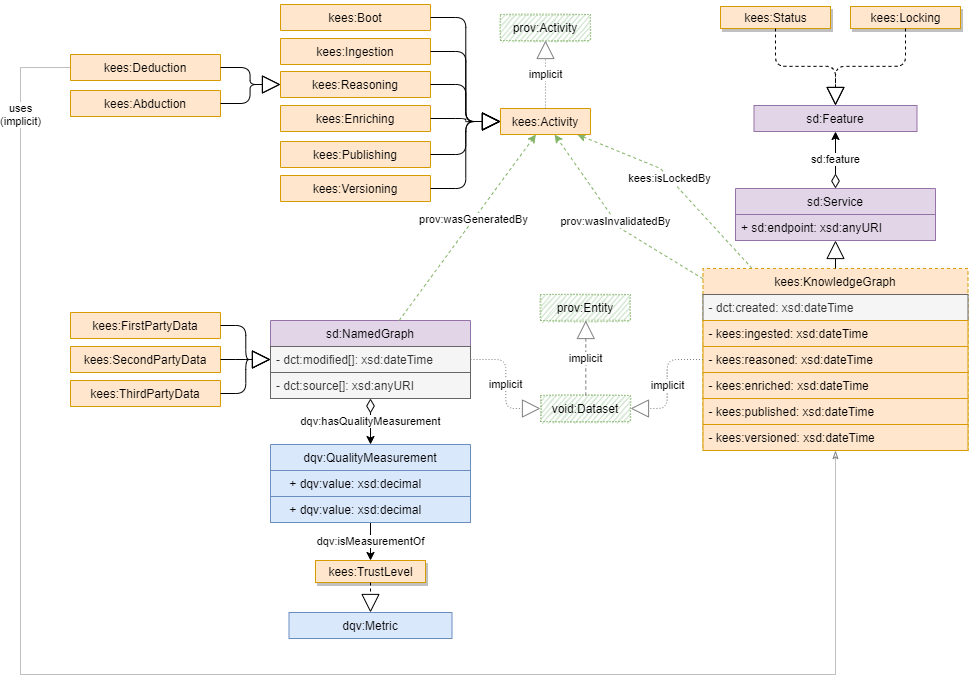
The draw.io diagram v1/images/uml.png in linkeddatacenter/kees, before a commit. Source tidied: cells renumbered, new cells last; positions are measured from the earlier drawing's top-left corner, leaving out a move shared by most shapes.
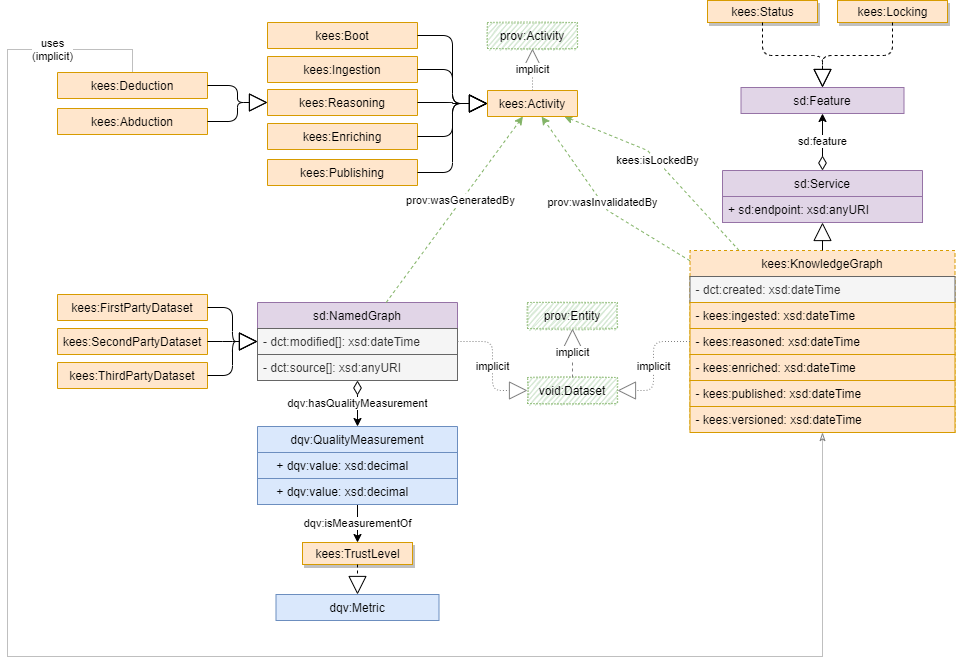
Above is the later version.

Diff of the diagram source:
```diff
@@ -54,20 +54,17 @@
       <mxGeometry x="480" y="104" width="90" height="26" as="geometry" />
     </mxCell>
     <mxCell id="16" value="kees:Ingestion" style="swimlane;fontStyle=0;horizontal=1;startSize=26;fillColor=#ffe6cc;strokeColor=#d79b00;labelBackgroundColor=none;" parent="1" vertex="1" collapsed="1">
-      <mxGeometry x="260" y="34" width="150" height="26" as="geometry" />
+      <mxGeometry x="260" y="70" width="150" height="26" as="geometry" />
     </mxCell>
     <mxCell id="17" value="kees:Enriching" style="swimlane;fontStyle=0;horizontal=1;startSize=26;fillColor=#ffe6cc;strokeColor=#d79b00;labelBackgroundColor=none;" parent="1" vertex="1" collapsed="1">
-      <mxGeometry x="260" y="101" width="150" height="26" as="geometry" />
+      <mxGeometry x="260" y="137" width="150" height="26" as="geometry" />
     </mxCell>
     <mxCell id="18" value="kees:Reasoning" style="swimlane;fontStyle=0;horizontal=1;startSize=26;fillColor=#ffe6cc;strokeColor=#d79b00;labelBackgroundColor=none;" parent="1" vertex="1" collapsed="1">
-      <mxGeometry x="260" y="67" width="150" height="26" as="geometry" />
+      <mxGeometry x="260" y="103" width="150" height="26" as="geometry" />
     </mxCell>
     <mxCell id="19" value="kees:Publishing" style="swimlane;fontStyle=0;horizontal=1;startSize=26;fillColor=#ffe6cc;strokeColor=#d79b00;labelBackgroundColor=none;" parent="1" vertex="1" collapsed="1">
-      <mxGeometry x="260" y="137" width="150" height="26" as="geometry" />
+      <mxGeometry x="260" y="173" width="150" height="26" as="geometry" />
     </mxCell>
-    <mxCell id="20" value="kees:Versioning" style="swimlane;fontStyle=0;horizontal=1;startSize=26;fillColor=#ffe6cc;strokeColor=#d79b00;labelBackgroundColor=none;" parent="1" vertex="1" collapsed="1">
-      <mxGeometry x="260" y="171" width="150" height="26" as="geometry" />
-    </mxCell>
     <mxCell id="21" style="endArrow=block;endSize=16;endFill=0;html=1;edgeStyle=elbowEdgeStyle;" parent="1" edge="1" source="16" target="15">
       <mxGeometry relative="1" as="geometry" />
     </mxCell>
@@ -80,26 +77,23 @@
     <mxCell id="24" style="endArrow=block;endSize=16;endFill=0;html=1;edgeStyle=elbowEdgeStyle;" parent="1" edge="1" source="19" target="15">
       <mxGeometry relative="1" as="geometry" />
     </mxCell>
-    <mxCell id="25" style="endArrow=block;endSize=16;endFill=0;html=1;edgeStyle=elbowEdgeStyle;" parent="1" edge="1" source="20" target="15">
-      <mxGeometry relative="1" as="geometry" />
-    </mxCell>
     <mxCell id="26" value="kees:Boot" style="swimlane;fontStyle=0;horizontal=1;startSize=26;fillColor=#ffe6cc;strokeColor=#d79b00;labelBackgroundColor=none;" parent="1" vertex="1" collapsed="1">
-      <mxGeometry x="260" width="150" height="26" as="geometry" />
+      <mxGeometry x="260" y="36" width="150" height="26" as="geometry" />
     </mxCell>
     <mxCell id="27" style="endArrow=block;endSize=16;endFill=0;html=1;edgeStyle=elbowEdgeStyle;" parent="1" edge="1" source="26" target="15">
       <mxGeometry relative="1" as="geometry" />
     </mxCell>
     <mxCell id="28" value="prov:Activity" style="swimlane;fontStyle=0;horizontal=1;startSize=26;labelBackgroundColor=none;fillColor=#d5e8d4;strokeColor=#82b366;sketch=1;dashed=1;dashPattern=1 2;" parent="1" vertex="1" collapsed="1">
-      <mxGeometry x="480" y="10" width="90" height="26" as="geometry" />
+      <mxGeometry x="480" y="36" width="90" height="26" as="geometry" />
     </mxCell>
     <mxCell id="29" value="implicit" style="endArrow=block;endSize=16;endFill=0;html=1;dashed=1;dashPattern=1 2;strokeColor=#808080;" parent="1" edge="1" source="15" target="28">
       <mxGeometry relative="1" as="geometry" />
     </mxCell>
     <mxCell id="30" value="kees:Status" style="html=1;labelBackgroundColor=none;fillColor=#ffe6cc;strokeColor=#d79b00;shadow=1;" parent="1" vertex="1">
-      <mxGeometry x="700" y="2" width="110" height="22" as="geometry" />
+      <mxGeometry x="700" y="14" width="110" height="22" as="geometry" />
     </mxCell>
     <mxCell id="31" value="kees:Locking" style="html=1;labelBackgroundColor=none;fillColor=#ffe6cc;strokeColor=#d79b00;shadow=1;" parent="1" vertex="1">
-      <mxGeometry x="830" y="2" width="110" height="22" as="geometry" />
+      <mxGeometry x="830" y="14" width="110" height="22" as="geometry" />
     </mxCell>
     <mxCell id="32" value="sd:Feature" style="swimlane;fontStyle=0;horizontal=1;startSize=26;labelBackgroundColor=none;fillColor=#e1d5e7;strokeColor=#9673a6;" parent="1" vertex="1" collapsed="1">
       <mxGeometry x="733.5" y="101" width="163" height="26" as="geometry" />
@@ -156,10 +150,10 @@
       </mxGeometry>
     </mxCell>
     <mxCell id="48" value="kees:Deduction" style="swimlane;fontStyle=0;horizontal=1;startSize=26;fillColor=#ffe6cc;strokeColor=#d79b00;labelBackgroundColor=none;" parent="1" vertex="1" collapsed="1">
-      <mxGeometry x="50" y="50" width="150" height="26" as="geometry" />
+      <mxGeometry x="50" y="86" width="150" height="26" as="geometry" />
     </mxCell>
     <mxCell id="49" value="kees:Abduction" style="swimlane;fontStyle=0;horizontal=1;startSize=26;fillColor=#ffe6cc;strokeColor=#d79b00;labelBackgroundColor=none;" parent="1" vertex="1" collapsed="1">
-      <mxGeometry x="50" y="86" width="150" height="26" as="geometry" />
+      <mxGeometry x="50" y="122" width="150" height="26" as="geometry" />
     </mxCell>
     <mxCell id="50" value="implicit" style="endArrow=block;endSize=16;endFill=0;html=1;edgeStyle=elbowEdgeStyle;dashed=1;dashPattern=1 2;strokeColor=#808080;" parent="1" edge="1" source="35" target="53">
       <mxGeometry relative="1" as="geometry" />
@@ -173,13 +167,13 @@
     <mxCell id="53" value="void:Dataset" style="swimlane;fontStyle=0;horizontal=1;startSize=26;labelBackgroundColor=none;fillColor=#d5e8d4;strokeColor=#82b366;sketch=1;dashed=1;dashPattern=1 2;" parent="1" vertex="1" collapsed="1">
       <mxGeometry x="520" y="391" width="90" height="26" as="geometry" />
     </mxCell>
-    <mxCell id="54" value="kees:FirstPartyData" style="swimlane;fontStyle=0;horizontal=1;startSize=26;fillColor=#ffe6cc;strokeColor=#d79b00;labelBackgroundColor=none;" parent="1" vertex="1" collapsed="1">
+    <mxCell id="54" value="kees:FirstPartyDataset" style="swimlane;fontStyle=0;horizontal=1;startSize=26;fillColor=#ffe6cc;strokeColor=#d79b00;labelBackgroundColor=none;" parent="1" vertex="1" collapsed="1">
       <mxGeometry x="50" y="308" width="150" height="26" as="geometry" />
     </mxCell>
-    <mxCell id="55" value="kees:SecondPartyData" style="swimlane;fontStyle=0;horizontal=1;startSize=26;fillColor=#ffe6cc;strokeColor=#d79b00;labelBackgroundColor=none;" parent="1" vertex="1" collapsed="1">
+    <mxCell id="55" value="kees:SecondPartyDataset" style="swimlane;fontStyle=0;horizontal=1;startSize=26;fillColor=#ffe6cc;strokeColor=#d79b00;labelBackgroundColor=none;" parent="1" vertex="1" collapsed="1">
       <mxGeometry x="50" y="342" width="150" height="26" as="geometry" />
     </mxCell>
-    <mxCell id="56" value="kees:ThirdPartyData" style="swimlane;fontStyle=0;horizontal=1;startSize=26;fillColor=#ffe6cc;strokeColor=#d79b00;labelBackgroundColor=none;" parent="1" vertex="1" collapsed="1">
+    <mxCell id="56" value="kees:ThirdPartyDataset" style="swimlane;fontStyle=0;horizontal=1;startSize=26;fillColor=#ffe6cc;strokeColor=#d79b00;labelBackgroundColor=none;" parent="1" vertex="1" collapsed="1">
       <mxGeometry x="50" y="376" width="150" height="26" as="geometry" />
     </mxCell>
     <mxCell id="57" style="endArrow=block;endSize=16;endFill=0;html=1;edgeStyle=elbowEdgeStyle;" parent="1" edge="1" source="54" target="35">
@@ -192,7 +186,7 @@
       <mxGeometry relative="1" as="geometry" />
     </mxCell>
     <mxCell id="60" value="prov:Entity" style="swimlane;fontStyle=0;horizontal=1;startSize=26;labelBackgroundColor=none;fillColor=#d5e8d4;strokeColor=#82b366;sketch=1;dashed=1;dashPattern=1 2;" parent="1" vertex="1" collapsed="1">
-      <mxGeometry x="520" y="290" width="90" height="26" as="geometry" />
+      <mxGeometry x="520" y="316" width="90" height="26" as="geometry" />
     </mxCell>
     <mxCell id="61" value="implicit" style="endArrow=block;endSize=16;endFill=0;html=1;edgeStyle=elbowEdgeStyle;dashed=1;strokeColor=#808080;" parent="1" edge="1" source="53" target="60">
       <mxGeometry relative="1" as="geometry" />
```
